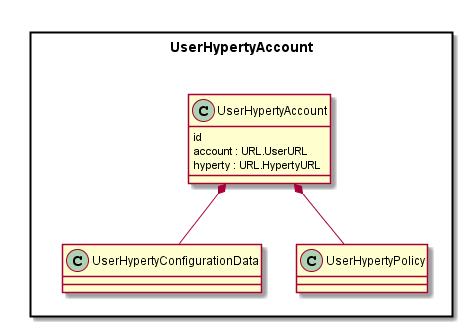
Above: docs/datamodel/User-Hyperty-Account-Data-Object-Model.png in reTHINK-project/dev-service-framework (PlantUML), before the change.
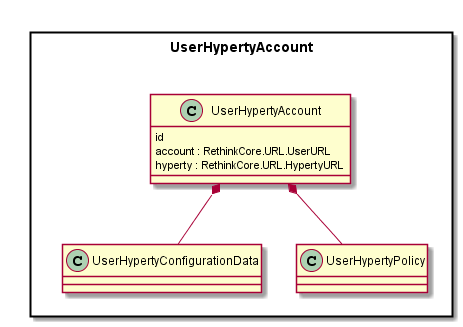
After the change.

Change to the diagram source:
```diff
@@ -4,8 +4,8 @@
 
 	class UserHypertyAccount {
 		id
-		account : URL.UserURL
-		hyperty : URL.HypertyURL
+		account : RethinkCore.URL.UserURL
+		hyperty : RethinkCore.URL.HypertyURL
 	}
 
 	class UserHypertyConfigurationData {
```
